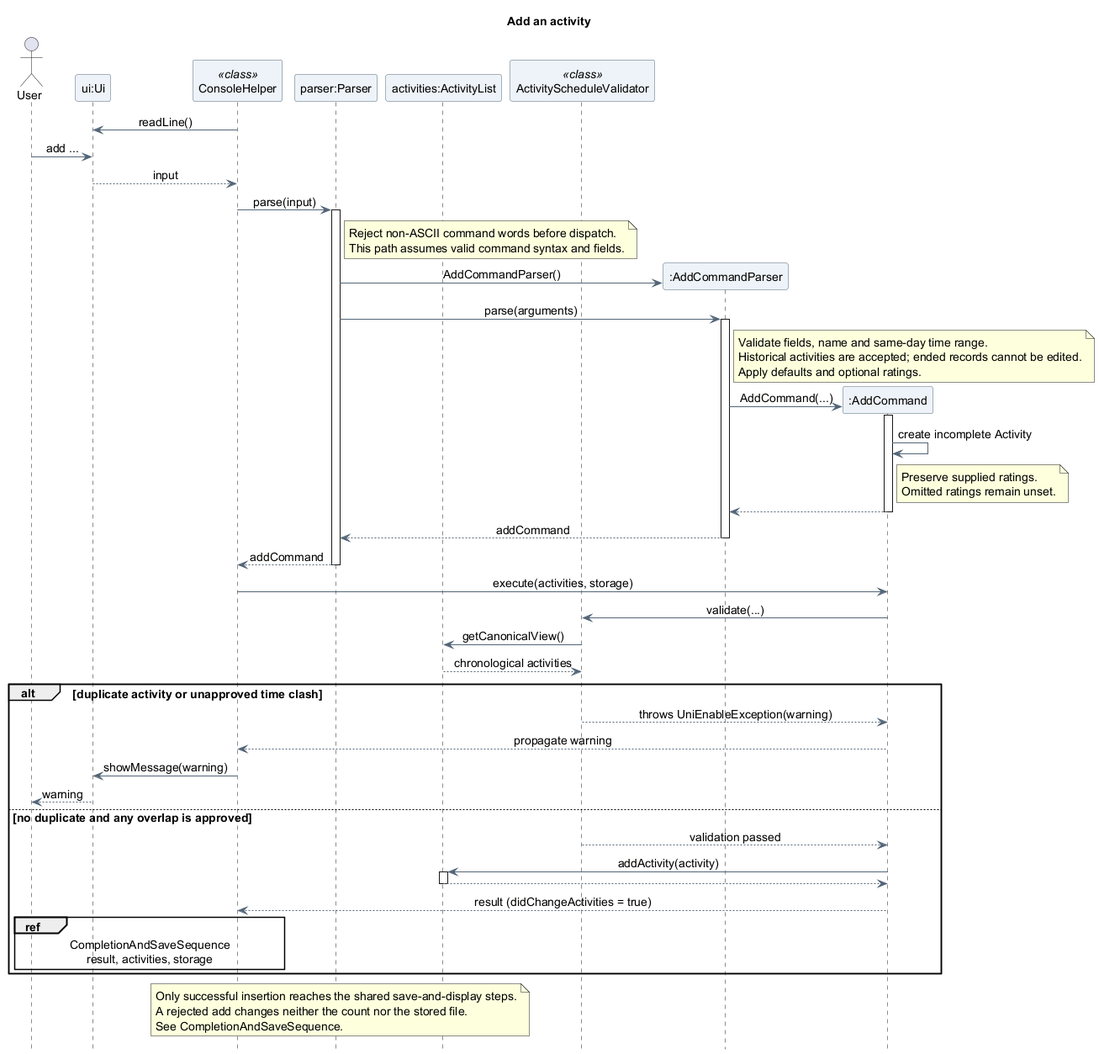
The PlantUML diagram docs/images/atharva/sequence/AddActivitySequence.png in AY2627S1-CS2113-T10-4/tp, before a commit.
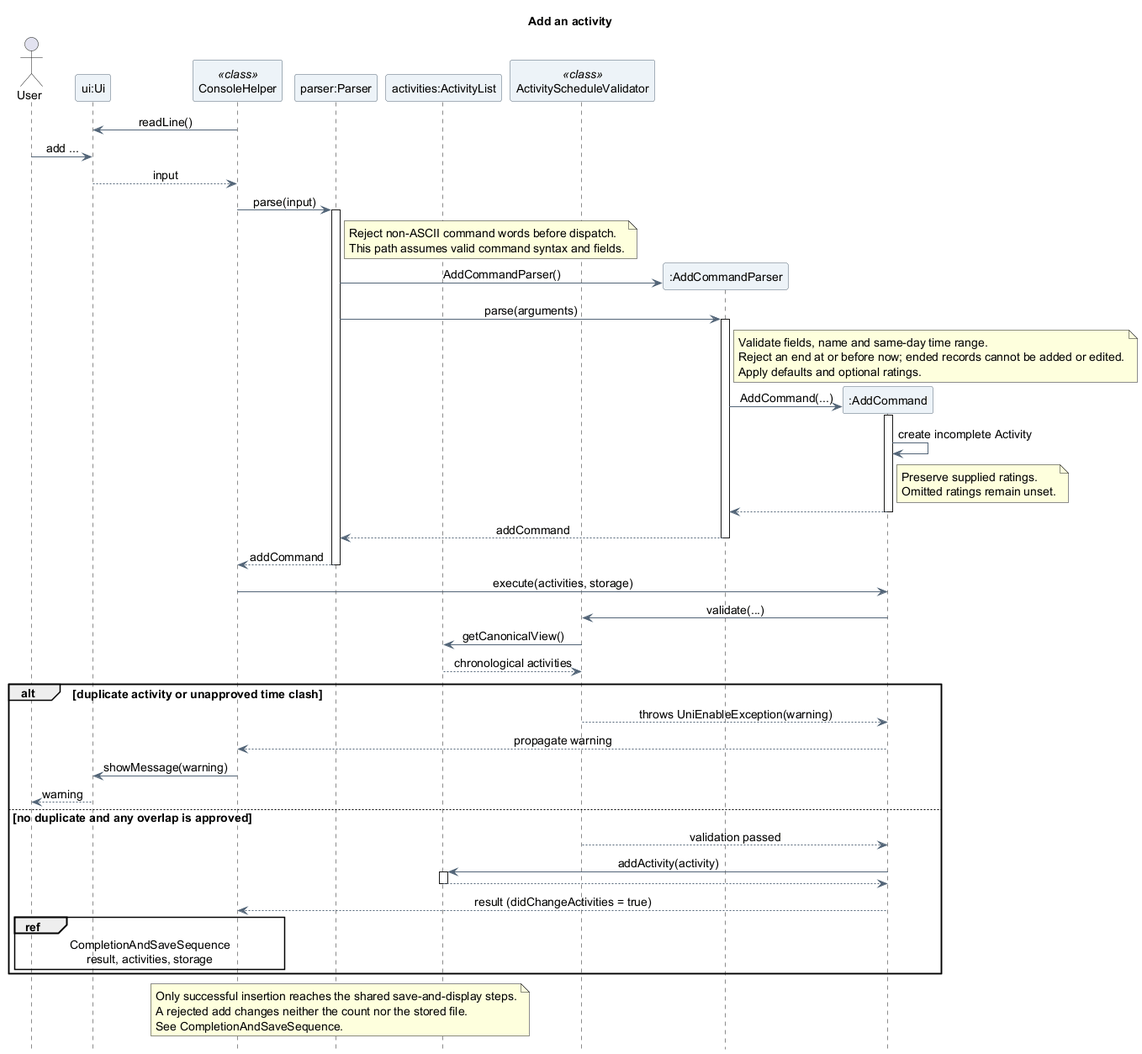
Later version of the same file.

Commit message:
fix(add): reject ended activities using the shared clock

The edit, as a diff of the source:
```diff
@@ -33,7 +33,7 @@
 activate AddParser
 note right of AddParser
   Validate fields, name and same-day time range.
-  Historical activities are accepted; ended records cannot be edited.
+  Reject an end at or before now; ended records cannot be added or edited.
   Apply defaults and optional ratings.
 end note
 create participant ":AddCommand" as Add
```
